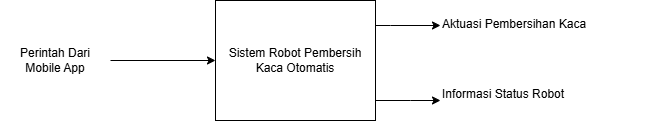
Before: OverallFunction.drawio.png, a diagram exported from draw.io (bryansasa/PPT-Cleaning-Glass-Robot). Source tidied: cells renumbered, new cells last; positions are measured from the earlier drawing's top-left corner, leaving out a move shared by most shapes.
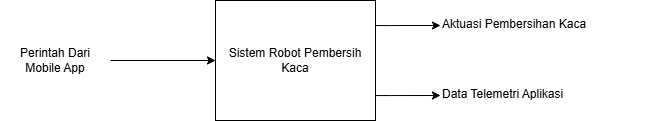
The same diagram one commit later.

Change to the diagram source:
```diff
@@ -2,29 +2,29 @@
   <root>
     <mxCell id="0" />
     <mxCell id="1" parent="0" />
+    <mxCell id="3" style="edgeStyle=orthogonalEdgeStyle;rounded=0;jettySize=auto;html=1;entryX=0;entryY=0.5;entryDx=0;entryDy=0;" parent="1" edge="1" source="4" target="5">
+      <mxGeometry relative="1" as="geometry">
+        <Array as="points">
+          <mxPoint x="390" y="25" />
+          <mxPoint x="390" y="25" />
+        </Array>
+      </mxGeometry>
+    </mxCell>
-    <mxCell id="2" style="edgeStyle=orthogonalEdgeStyle;rounded=0;jettySize=auto;html=1;" parent="1" edge="1" source="4" target="6">
+    <mxCell id="2" style="edgeStyle=orthogonalEdgeStyle;rounded=0;jettySize=auto;html=1;entryX=0;entryY=0.5;entryDx=0;entryDy=0;" parent="1" edge="1" source="4" target="6">
       <mxGeometry relative="1" as="geometry">
         <Array as="points">
-          <mxPoint x="410" y="100" />
-          <mxPoint x="410" y="100" />
+          <mxPoint x="390" y="95" />
+          <mxPoint x="390" y="95" />
         </Array>
       </mxGeometry>
     </mxCell>
-    <mxCell id="3" style="edgeStyle=orthogonalEdgeStyle;rounded=0;jettySize=auto;html=1;entryX=0;entryY=0.5;entryDx=0;entryDy=0;" parent="1" edge="1" source="4" target="5">
-      <mxGeometry relative="1" as="geometry">
-        <Array as="points">
-          <mxPoint x="390" y="25" />
-          <mxPoint x="390" y="25" />
-        </Array>
-      </mxGeometry>
-    </mxCell>
-    <mxCell id="4" value="Sistem Robot Pembersih Kaca Otomatis" style="rounded=0;whiteSpace=wrap;html=1;" parent="1" vertex="1">
+    <mxCell id="4" value="Sistem Robot Pembersih Kaca" style="rounded=0;whiteSpace=wrap;html=1;" parent="1" vertex="1">
       <mxGeometry x="215" width="160" height="120" as="geometry" />
     </mxCell>
     <mxCell id="5" value="Aktuasi Pembersihan Kaca" style="text;whiteSpace=wrap;html=1;" parent="1" vertex="1">
       <mxGeometry x="440" y="10" width="150" height="30" as="geometry" />
     </mxCell>
-    <mxCell id="6" value="Informasi Status Robot&lt;span style=&quot;color: rgba(0, 0, 0, 0); font-family: monospace; font-size: 0px; text-wrap-mode: nowrap;&quot;&gt;%3CmxGraphModel%3E%3Croot%3E%3CmxCell%20id%3D%220%22%2F%3E%3CmxCell%20id%3D%221%22%20parent%3D%220%22%2F%3E%3CmxCell%20id%3D%222%22%20parent%3D%221%22%20style%3D%22text%3BwhiteSpace%3Dwrap%3Bhtml%3D1%3B%22%20value%3D%22Perintah%20dari%20Mobile%20App%22%20vertex%3D%221%22%3E%3CmxGeometry%20height%3D%2240%22%20width%3D%22150%22%20x%3D%2230%22%20y%3D%22570%22%20as%3D%22geometry%22%2F%3E%3C%2FmxCell%3E%3C%2Froot%3E%3C%2FmxGraphModel%3E&lt;/span&gt;" style="text;whiteSpace=wrap;html=1;" parent="1" vertex="1">
+    <mxCell id="6" value="Data Telemetri Aplikasi" style="text;whiteSpace=wrap;html=1;" parent="1" vertex="1">
       <mxGeometry x="440" y="80" width="220" height="30" as="geometry" />
     </mxCell>
     <mxCell id="7" style="edgeStyle=orthogonalEdgeStyle;rounded=0;jettySize=auto;html=1;" parent="1" edge="1" source="8" target="4">
```
